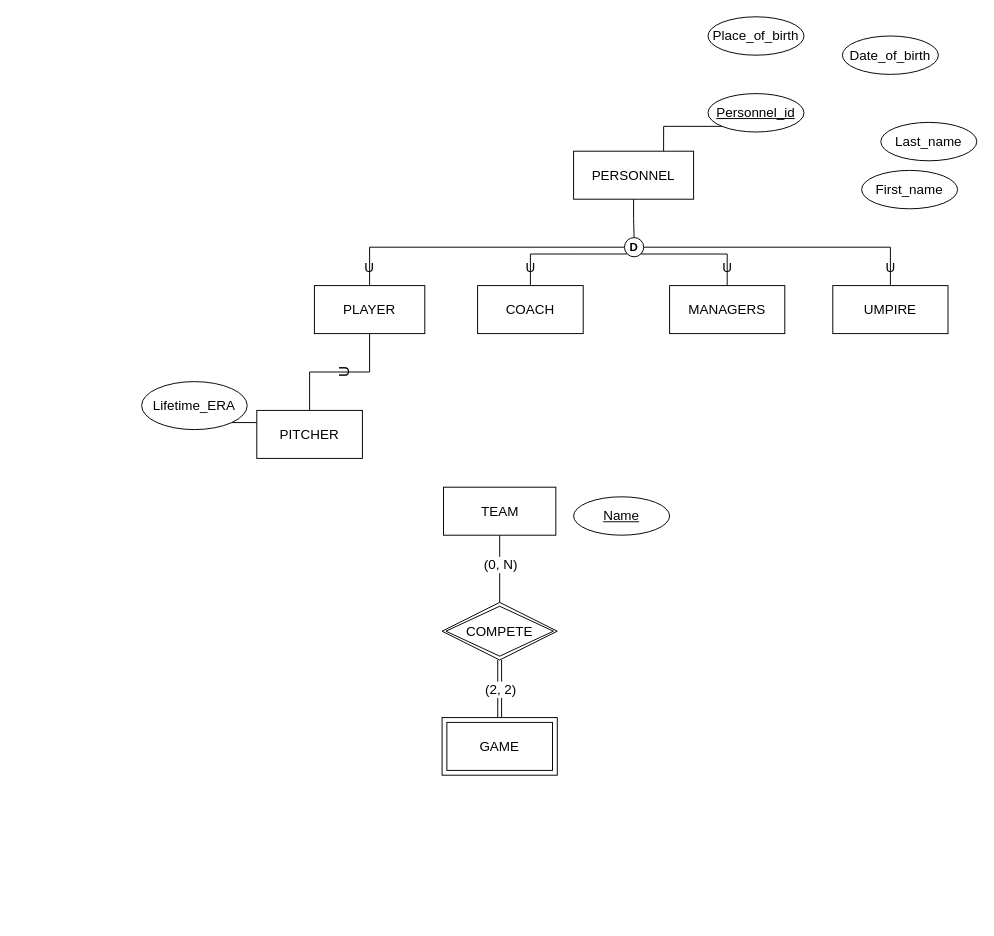
cloudyyoung/cpsc-471 keeps this draw.io diagram as page "4.30" (4 of 4) of Untitled Diagram.drawio. Above is the earlier version. Source tidied: cells renumbered, new cells numbered last; positions are measured from the earlier drawing's top-left corner, leaving out a move shared by most shapes. Both pictures are drawn from the tidied source at 96%, with x=0, y=0 at pixel (141, 16).
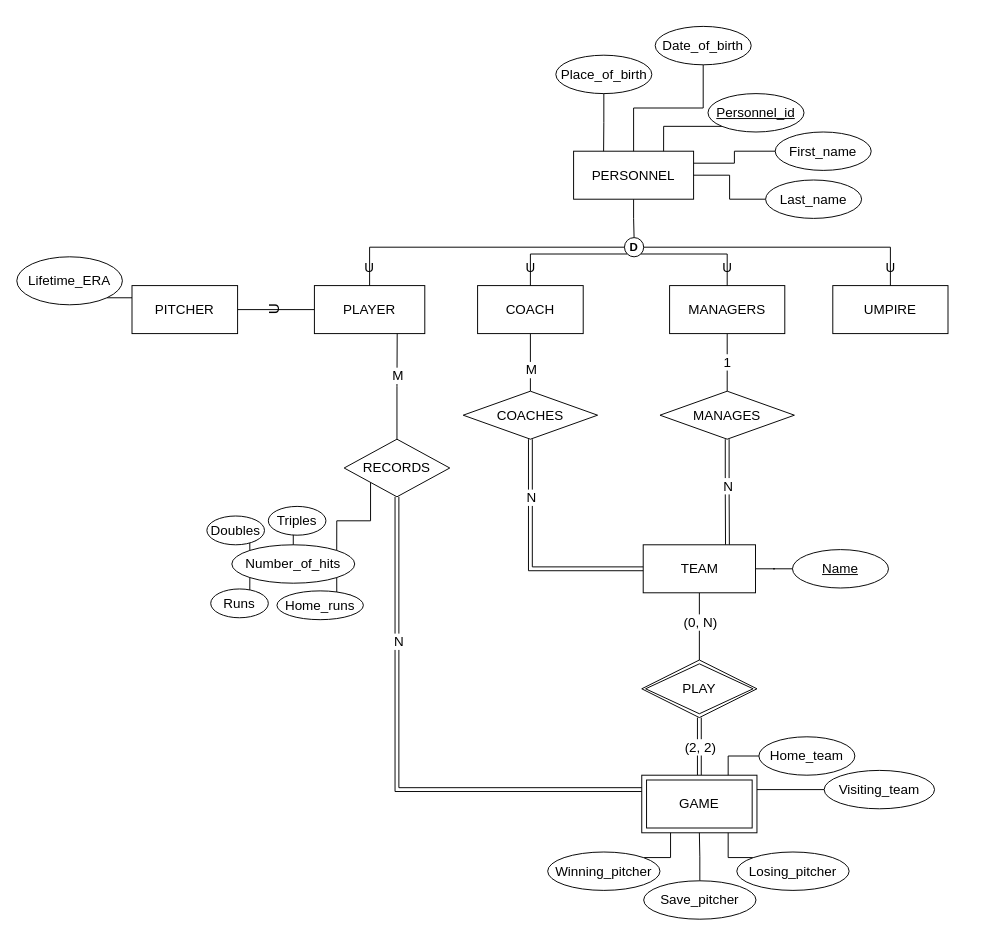
The same page after the edit.

The change refers to these unchanged cells:
```xml
<mxCell id="4" value="PLAYER" style="whiteSpace=wrap;html=1;align=center;labelBackgroundColor=none;fontSize=14;" parent="1" vertex="1">
  <mxGeometry x="180" y="280" width="115" height="50" as="geometry" />
</mxCell>
<mxCell id="5" value="COACH" style="whiteSpace=wrap;html=1;align=center;labelBackgroundColor=none;fontSize=14;" parent="1" vertex="1">
  <mxGeometry x="350" y="280" width="110" height="50" as="geometry" />
</mxCell>
<mxCell id="6" value="MANAGERS" style="whiteSpace=wrap;html=1;align=center;labelBackgroundColor=none;fontSize=14;" parent="1" vertex="1">
  <mxGeometry x="550" y="280" width="120" height="50" as="geometry" />
</mxCell>
```

Diff of the diagram source:
```diff
@@
-    <mxCell id="2" style="edgeStyle=orthogonalEdgeStyle;rounded=0;jettySize=auto;html=1;entryX=0.5;entryY=0;entryDx=0;entryDy=0;fontSize=16;endArrow=none;endFill=0;" parent="1" edge="1" source="4" target="28">
+    <mxCell id="2" style="edgeStyle=orthogonalEdgeStyle;rounded=0;jettySize=auto;html=1;entryX=1;entryY=0.5;entryDx=0;entryDy=0;fontSize=16;endArrow=none;endFill=0;" parent="1" edge="1" source="4" target="28">
       <mxGeometry relative="1" as="geometry" />
     </mxCell>
@@
+    <mxCell id="36" style="edgeStyle=orthogonalEdgeStyle;rounded=0;jettySize=auto;html=1;exitX=0.5;exitY=1;exitDx=0;exitDy=0;entryX=0.5;entryY=0;entryDx=0;entryDy=0;fontSize=14;endArrow=none;endFill=0;" parent="1" edge="1" source="5" target="74">
+      <mxGeometry relative="1" as="geometry" />
+    </mxCell>
+    <mxCell id="37" value="M" style="edgeLabel;html=1;align=center;verticalAlign=middle;fontSize=14;" parent="36" vertex="1">
+      <mxGeometry x="0.23" relative="1" as="geometry" />
+    </mxCell>
@@
+    <mxCell id="38" style="edgeStyle=orthogonalEdgeStyle;rounded=0;jettySize=auto;html=1;exitX=0.5;exitY=1;exitDx=0;exitDy=0;entryX=0.5;entryY=0;entryDx=0;entryDy=0;fontSize=14;endArrow=none;endFill=0;" parent="1" edge="1" source="6" target="42">
+      <mxGeometry relative="1" as="geometry" />
+    </mxCell>
+    <mxCell id="39" value="1" style="edgeLabel;html=1;align=center;verticalAlign=middle;fontSize=14;" parent="38" vertex="1">
+      <mxGeometry x="0.31" y="2" relative="1" as="geometry">
+        <mxPoint x="-3" y="-10" as="offset" />
+      </mxGeometry>
+    </mxCell>
@@
-    <mxCell id="9" value="PERSONNEL" style="whiteSpace=wrap;html=1;align=center;labelBackgroundColor=none;fontSize=14;" parent="1" vertex="1">
-      <mxGeometry x="450" y="140" width="125" height="50" as="geometry" />
-    </mxCell>
@@
-    <mxCell id="19" style="edgeStyle=orthogonalEdgeStyle;rounded=0;jettySize=auto;html=1;exitX=0;exitY=1;exitDx=0;exitDy=0;entryX=0.75;entryY=0;entryDx=0;entryDy=0;fontSize=14;endArrow=none;endFill=0;" parent="1" edge="1" source="20" target="9">
-      <mxGeometry relative="1" as="geometry" />
-    </mxCell>
-    <mxCell id="20" value="Personnel_id" style="ellipse;whiteSpace=wrap;html=1;align=center;fontStyle=4;labelBackgroundColor=none;fontSize=14;" parent="1" vertex="1">
-      <mxGeometry x="590" y="80" width="100" height="40" as="geometry" />
-    </mxCell>
-    <mxCell id="21" value="Place_of_birth" style="ellipse;whiteSpace=wrap;html=1;align=center;labelBackgroundColor=none;fontSize=14;" parent="1" vertex="1">
-      <mxGeometry x="590" width="100" height="40" as="geometry" />
-    </mxCell>
-    <mxCell id="22" value="Date_of_birth" style="ellipse;whiteSpace=wrap;html=1;align=center;labelBackgroundColor=none;fontSize=14;" parent="1" vertex="1">
-      <mxGeometry x="730" y="20" width="100" height="40" as="geometry" />
-    </mxCell>
-    <mxCell id="23" value="Last_name" style="ellipse;whiteSpace=wrap;html=1;align=center;labelBackgroundColor=none;fontSize=14;" parent="1" vertex="1">
-      <mxGeometry x="770" y="110" width="100" height="40" as="geometry" />
-    </mxCell>
-    <mxCell id="24" value="First_name" style="ellipse;whiteSpace=wrap;html=1;align=center;labelBackgroundColor=none;fontSize=14;" parent="1" vertex="1">
-      <mxGeometry x="750" y="160" width="100" height="40" as="geometry" />
-    </mxCell>
@@
-    <mxCell id="27" value="TEAM" style="whiteSpace=wrap;html=1;align=center;labelBackgroundColor=none;fontSize=14;" parent="1" vertex="1">
-      <mxGeometry x="314.5" y="490" width="117" height="50" as="geometry" />
-    </mxCell>
+    <mxCell id="32" style="edgeStyle=orthogonalEdgeStyle;rounded=0;jettySize=auto;html=1;fontSize=14;endArrow=none;endFill=0;shape=link;" parent="1" edge="1" source="34" target="35">
+      <mxGeometry relative="1" as="geometry" />
+    </mxCell>
+    <mxCell id="33" value="(2, 2)" style="edgeLabel;html=1;align=center;verticalAlign=middle;fontSize=14;" parent="32" vertex="1">
+      <mxGeometry x="0.76" y="1" relative="1" as="geometry">
+        <mxPoint x="1" y="23" as="offset" />
+      </mxGeometry>
+    </mxCell>
+    <mxCell id="35" value="PLAY" style="shape=rhombus;double=1;perimeter=rhombusPerimeter;whiteSpace=wrap;html=1;align=center;labelBackgroundColor=none;fontSize=14;" parent="1" vertex="1">
+      <mxGeometry x="521" y="670" width="120" height="60" as="geometry" />
+    </mxCell>
+    <mxCell id="40" style="edgeStyle=orthogonalEdgeStyle;rounded=0;jettySize=auto;html=1;exitX=0.5;exitY=1;exitDx=0;exitDy=0;entryX=0.75;entryY=0;entryDx=0;entryDy=0;fontSize=14;endArrow=none;endFill=0;shape=link;" parent="1" edge="1" source="42" target="27">
+      <mxGeometry relative="1" as="geometry" />
+    </mxCell>
+    <mxCell id="41" value="N" style="edgeLabel;html=1;align=center;verticalAlign=middle;fontSize=14;" parent="40" vertex="1">
+      <mxGeometry x="-0.16" y="-3" relative="1" as="geometry">
+        <mxPoint x="3" y="2" as="offset" />
+      </mxGeometry>
+    </mxCell>
+    <mxCell id="42" value="MANAGES" style="shape=rhombus;perimeter=rhombusPerimeter;whiteSpace=wrap;html=1;align=center;labelBackgroundColor=none;fontSize=14;" parent="1" vertex="1">
+      <mxGeometry x="540" y="390" width="140" height="50" as="geometry" />
+    </mxCell>
+    <mxCell id="43" style="group;" parent="1" vertex="1">
+      <mxGeometry x="-130" y="250" width="230" height="80" as="geometry" />
+    </mxCell>
-    <mxCell id="28" value="PITCHER" style="whiteSpace=wrap;html=1;align=center;labelBackgroundColor=none;fontSize=14;" parent="1" vertex="1">
-      <mxGeometry x="120" y="410" width="110" height="50" as="geometry" />
+    <mxCell id="28" value="PITCHER" style="whiteSpace=wrap;html=1;align=center;labelBackgroundColor=none;fontSize=14;" parent="43" vertex="1">
+      <mxGeometry x="120" y="30" width="110" height="50" as="geometry" />
     </mxCell>
-    <mxCell id="29" style="edgeStyle=orthogonalEdgeStyle;rounded=0;jettySize=auto;html=1;exitX=1;exitY=1;exitDx=0;exitDy=0;entryX=0;entryY=0.25;entryDx=0;entryDy=0;fontSize=16;endArrow=none;endFill=0;" parent="1" edge="1" source="30" target="28">
+    <mxCell id="29" style="edgeStyle=orthogonalEdgeStyle;rounded=0;jettySize=auto;html=1;exitX=1;exitY=1;exitDx=0;exitDy=0;entryX=0;entryY=0.25;entryDx=0;entryDy=0;fontSize=16;endArrow=none;endFill=0;" parent="43" edge="1" source="30" target="28">
       <mxGeometry relative="1" as="geometry" />
     </mxCell>
-    <mxCell id="30" value="Lifetime_ERA" style="ellipse;whiteSpace=wrap;html=1;align=center;labelBackgroundColor=none;fontSize=14;" parent="1" vertex="1">
-      <mxGeometry y="380" width="110" height="50" as="geometry" />
+    <mxCell id="30" value="Lifetime_ERA" style="ellipse;whiteSpace=wrap;html=1;align=center;labelBackgroundColor=none;fontSize=14;" parent="43" vertex="1">
+      <mxGeometry width="110" height="50" as="geometry" />
     </mxCell>
+    <mxCell id="44" style="group;" parent="1" vertex="1">
+      <mxGeometry x="522.5" y="550" width="255.5" height="50" as="geometry" />
+    </mxCell>
+    <mxCell id="27" value="TEAM" style="whiteSpace=wrap;html=1;align=center;labelBackgroundColor=none;fontSize=14;" parent="44" vertex="1">
+      <mxGeometry width="117" height="50" as="geometry" />
+    </mxCell>
+    <mxCell id="45" style="edgeStyle=orthogonalEdgeStyle;rounded=0;jettySize=auto;html=1;fontSize=14;endArrow=none;endFill=0;" parent="44" edge="1" source="31" target="27">
+      <mxGeometry relative="1" as="geometry" />
+    </mxCell>
-    <mxCell id="31" value="Name" style="ellipse;whiteSpace=wrap;html=1;align=center;fontStyle=4;labelBackgroundColor=none;fontSize=14;" parent="1" vertex="1">
-      <mxGeometry x="450" y="500" width="100" height="40" as="geometry" />
+    <mxCell id="31" value="Name" style="ellipse;whiteSpace=wrap;html=1;align=center;fontStyle=4;labelBackgroundColor=none;fontSize=14;" parent="44" vertex="1">
+      <mxGeometry x="155.5" y="5" width="100" height="40" as="geometry" />
     </mxCell>
-    <mxCell id="32" style="edgeStyle=orthogonalEdgeStyle;rounded=0;jettySize=auto;html=1;fontSize=14;endArrow=none;endFill=0;shape=link;" parent="1" edge="1" source="34" target="35">
-      <mxGeometry relative="1" as="geometry" />
-    </mxCell>
-    <mxCell id="33" value="(2, 2)" style="edgeLabel;html=1;align=center;verticalAlign=middle;fontSize=14;" parent="32" vertex="1">
-      <mxGeometry x="0.76" y="1" relative="1" as="geometry">
-        <mxPoint x="1" y="23" as="offset" />
-      </mxGeometry>
-    </mxCell>
+    <mxCell id="46" style="group;" parent="1" vertex="1">
+      <mxGeometry x="521" y="750" width="305" height="100" as="geometry" />
+    </mxCell>
-    <mxCell id="34" value="GAME" style="shape=ext;margin=3;double=1;whiteSpace=wrap;html=1;align=center;labelBackgroundColor=none;fontSize=14;" parent="1" vertex="1">
-      <mxGeometry x="313" y="730" width="120" height="60" as="geometry" />
+    <mxCell id="34" value="GAME" style="shape=ext;margin=3;double=1;whiteSpace=wrap;html=1;align=center;labelBackgroundColor=none;fontSize=14;" parent="46" vertex="1">
+      <mxGeometry y="40" width="120" height="60" as="geometry" />
     </mxCell>
-    <mxCell id="35" value="COMPETE" style="shape=rhombus;double=1;perimeter=rhombusPerimeter;whiteSpace=wrap;html=1;align=center;labelBackgroundColor=none;fontSize=14;" parent="1" vertex="1">
-      <mxGeometry x="313" y="610" width="120" height="60" as="geometry" />
-    </mxCell>
+    <mxCell id="47" style="edgeStyle=orthogonalEdgeStyle;rounded=0;jettySize=auto;html=1;entryX=0.75;entryY=0;entryDx=0;entryDy=0;fontSize=14;endArrow=none;endFill=0;" parent="46" edge="1" source="48" target="34">
+      <mxGeometry relative="1" as="geometry" />
+    </mxCell>
+    <mxCell id="48" value="Home_team" style="ellipse;whiteSpace=wrap;html=1;align=center;labelBackgroundColor=none;fontSize=14;" parent="46" vertex="1">
+      <mxGeometry x="122" width="100" height="40" as="geometry" />
+    </mxCell>
+    <mxCell id="49" style="edgeStyle=orthogonalEdgeStyle;rounded=0;jettySize=auto;html=1;entryX=1;entryY=0.25;entryDx=0;entryDy=0;fontSize=14;endArrow=none;endFill=0;" parent="46" edge="1" source="50" target="34">
+      <mxGeometry relative="1" as="geometry" />
+    </mxCell>
+    <mxCell id="50" value="Visiting_team" style="ellipse;whiteSpace=wrap;html=1;align=center;labelBackgroundColor=none;fontSize=14;" parent="46" vertex="1">
+      <mxGeometry x="190" y="35" width="115" height="40" as="geometry" />
+    </mxCell>
+    <mxCell id="51" style="group;" parent="1" vertex="1">
+      <mxGeometry x="431.5" y="10" width="328.5" height="200" as="geometry" />
+    </mxCell>
+    <mxCell id="9" value="PERSONNEL" style="whiteSpace=wrap;html=1;align=center;labelBackgroundColor=none;fontSize=14;" parent="51" vertex="1">
+      <mxGeometry x="18.5" y="130" width="125" height="50" as="geometry" />
+    </mxCell>
+    <mxCell id="19" style="edgeStyle=orthogonalEdgeStyle;rounded=0;jettySize=auto;html=1;exitX=0;exitY=1;exitDx=0;exitDy=0;entryX=0.75;entryY=0;entryDx=0;entryDy=0;fontSize=14;endArrow=none;endFill=0;" parent="51" edge="1" source="20" target="9">
+      <mxGeometry relative="1" as="geometry" />
+    </mxCell>
+    <mxCell id="20" value="Personnel_id" style="ellipse;whiteSpace=wrap;html=1;align=center;fontStyle=4;labelBackgroundColor=none;fontSize=14;" parent="51" vertex="1">
+      <mxGeometry x="158.5" y="70" width="100" height="40" as="geometry" />
+    </mxCell>
+    <mxCell id="52" style="edgeStyle=orthogonalEdgeStyle;rounded=0;jettySize=auto;html=1;entryX=0.25;entryY=0;entryDx=0;entryDy=0;fontSize=14;endArrow=none;endFill=0;" parent="51" edge="1" source="21" target="9">
+      <mxGeometry relative="1" as="geometry" />
+    </mxCell>
+    <mxCell id="21" value="Place_of_birth" style="ellipse;whiteSpace=wrap;html=1;align=center;labelBackgroundColor=none;fontSize=14;" parent="51" vertex="1">
+      <mxGeometry y="30" width="100" height="40" as="geometry" />
+    </mxCell>
+    <mxCell id="53" style="edgeStyle=orthogonalEdgeStyle;rounded=0;jettySize=auto;html=1;entryX=0.5;entryY=0;entryDx=0;entryDy=0;fontSize=14;endArrow=none;endFill=0;" parent="51" edge="1" source="22" target="9">
+      <mxGeometry relative="1" as="geometry" />
+    </mxCell>
+    <mxCell id="22" value="Date_of_birth" style="ellipse;whiteSpace=wrap;html=1;align=center;labelBackgroundColor=none;fontSize=14;" parent="51" vertex="1">
+      <mxGeometry x="103.5" width="100" height="40" as="geometry" />
+    </mxCell>
+    <mxCell id="54" style="edgeStyle=orthogonalEdgeStyle;rounded=0;jettySize=auto;html=1;entryX=1;entryY=0.5;entryDx=0;entryDy=0;fontSize=14;endArrow=none;endFill=0;" parent="51" edge="1" source="23" target="9">
+      <mxGeometry relative="1" as="geometry" />
+    </mxCell>
+    <mxCell id="23" value="Last_name" style="ellipse;whiteSpace=wrap;html=1;align=center;labelBackgroundColor=none;fontSize=14;" parent="51" vertex="1">
+      <mxGeometry x="218.5" y="160" width="100" height="40" as="geometry" />
+    </mxCell>
+    <mxCell id="55" style="edgeStyle=orthogonalEdgeStyle;rounded=0;jettySize=auto;html=1;entryX=1;entryY=0.25;entryDx=0;entryDy=0;fontSize=14;endArrow=none;endFill=0;" parent="51" edge="1" source="24" target="9">
+      <mxGeometry relative="1" as="geometry" />
+    </mxCell>
+    <mxCell id="24" value="First_name" style="ellipse;whiteSpace=wrap;html=1;align=center;labelBackgroundColor=none;fontSize=14;" parent="51" vertex="1">
+      <mxGeometry x="228.5" y="110" width="100" height="40" as="geometry" />
+    </mxCell>
+    <mxCell id="56" style="edgeStyle=orthogonalEdgeStyle;rounded=0;jettySize=auto;html=1;entryX=0.75;entryY=1;entryDx=0;entryDy=0;fontSize=14;endArrow=none;endFill=0;" parent="1" edge="1" source="71" target="4">
+      <mxGeometry relative="1" as="geometry" />
+    </mxCell>
+    <mxCell id="57" value="M" style="edgeLabel;html=1;align=center;verticalAlign=middle;fontSize=14;" parent="56" vertex="1">
+      <mxGeometry x="0.22" relative="1" as="geometry" />
+    </mxCell>
+    <mxCell id="58" style="edgeStyle=orthogonalEdgeStyle;rounded=0;jettySize=auto;html=1;exitX=1;exitY=0;exitDx=0;exitDy=0;entryX=0;entryY=1;entryDx=0;entryDy=0;fontSize=14;endArrow=none;endFill=0;" parent="1" edge="1" source="60" target="71">
+      <mxGeometry relative="1" as="geometry" />
+    </mxCell>
+    <mxCell id="59" style="group;" parent="1" vertex="1">
+      <mxGeometry x="68" y="510" width="163" height="118" as="geometry" />
+    </mxCell>
+    <mxCell id="60" value="Number_of_hits" style="ellipse;whiteSpace=wrap;html=1;align=center;labelBackgroundColor=none;fontSize=14;" parent="59" vertex="1">
+      <mxGeometry x="26" y="40" width="128" height="40" as="geometry" />
+    </mxCell>
+    <mxCell id="61" style="edgeStyle=orthogonalEdgeStyle;rounded=0;jettySize=auto;html=1;exitX=1;exitY=1;exitDx=0;exitDy=0;entryX=0;entryY=0;entryDx=0;entryDy=0;fontSize=14;endArrow=none;endFill=0;" parent="59" edge="1" source="62" target="60">
+      <mxGeometry relative="1" as="geometry" />
+    </mxCell>
+    <mxCell id="62" value="Doubles" style="ellipse;whiteSpace=wrap;html=1;align=center;labelBackgroundColor=none;fontSize=14;" parent="59" vertex="1">
+      <mxGeometry y="10" width="60" height="30" as="geometry" />
+    </mxCell>
+    <mxCell id="63" style="edgeStyle=orthogonalEdgeStyle;rounded=0;jettySize=auto;html=1;exitX=0;exitY=1;exitDx=0;exitDy=0;entryX=0.5;entryY=0;entryDx=0;entryDy=0;fontSize=14;endArrow=none;endFill=0;" parent="59" edge="1" source="64" target="60">
+      <mxGeometry relative="1" as="geometry" />
+    </mxCell>
+    <mxCell id="64" value="Triples" style="ellipse;whiteSpace=wrap;html=1;align=center;labelBackgroundColor=none;fontSize=14;" parent="59" vertex="1">
+      <mxGeometry x="64" width="60" height="30" as="geometry" />
+    </mxCell>
+    <mxCell id="65" style="edgeStyle=orthogonalEdgeStyle;rounded=0;jettySize=auto;html=1;exitX=1;exitY=0;exitDx=0;exitDy=0;entryX=1;entryY=1;entryDx=0;entryDy=0;fontSize=14;endArrow=none;endFill=0;" parent="59" edge="1" source="66" target="60">
+      <mxGeometry relative="1" as="geometry" />
+    </mxCell>
+    <mxCell id="66" value="Home_runs" style="ellipse;whiteSpace=wrap;html=1;align=center;labelBackgroundColor=none;fontSize=14;" parent="59" vertex="1">
+      <mxGeometry x="73" y="88" width="90" height="30" as="geometry" />
+    </mxCell>
+    <mxCell id="67" style="edgeStyle=orthogonalEdgeStyle;rounded=0;jettySize=auto;html=1;exitX=1;exitY=0;exitDx=0;exitDy=0;entryX=0;entryY=1;entryDx=0;entryDy=0;fontSize=14;endArrow=none;endFill=0;" parent="59" edge="1" source="68" target="60">
+      <mxGeometry relative="1" as="geometry" />
+    </mxCell>
+    <mxCell id="68" value="Runs" style="ellipse;whiteSpace=wrap;html=1;align=center;labelBackgroundColor=none;fontSize=14;" parent="59" vertex="1">
+      <mxGeometry x="4" y="86" width="60" height="30" as="geometry" />
+    </mxCell>
+    <mxCell id="69" style="edgeStyle=orthogonalEdgeStyle;rounded=0;jettySize=auto;html=1;exitX=0.5;exitY=1;exitDx=0;exitDy=0;entryX=0;entryY=0.25;entryDx=0;entryDy=0;fontSize=14;endArrow=none;endFill=0;shape=link;" parent="1" edge="1" source="71" target="34">
+      <mxGeometry relative="1" as="geometry" />
+    </mxCell>
+    <mxCell id="70" value="N" style="edgeLabel;html=1;align=center;verticalAlign=middle;fontSize=14;" parent="69" vertex="1">
+      <mxGeometry x="0.3" y="2" relative="1" as="geometry">
+        <mxPoint x="-58" y="-153" as="offset" />
+      </mxGeometry>
+    </mxCell>
+    <mxCell id="71" value="RECORDS" style="rhombus;whiteSpace=wrap;html=1;fontSize=14;" parent="1" vertex="1">
+      <mxGeometry x="211" y="440" width="110" height="60" as="geometry" />
+    </mxCell>
+    <mxCell id="72" style="edgeStyle=orthogonalEdgeStyle;rounded=0;jettySize=auto;html=1;exitX=0.5;exitY=1;exitDx=0;exitDy=0;entryX=0;entryY=0.5;entryDx=0;entryDy=0;fontSize=14;endArrow=none;endFill=0;shape=link;" parent="1" edge="1" source="74" target="27">
+      <mxGeometry relative="1" as="geometry" />
+    </mxCell>
+    <mxCell id="73" value="N" style="edgeLabel;html=1;align=center;verticalAlign=middle;fontSize=14;" parent="72" vertex="1">
+      <mxGeometry x="-0.45" y="-2" relative="1" as="geometry">
+        <mxPoint x="2" y="-9" as="offset" />
+      </mxGeometry>
+    </mxCell>
+    <mxCell id="74" value="COACHES" style="shape=rhombus;perimeter=rhombusPerimeter;whiteSpace=wrap;html=1;align=center;labelBackgroundColor=none;fontSize=14;" parent="1" vertex="1">
+      <mxGeometry x="335" y="390" width="140" height="50" as="geometry" />
+    </mxCell>
+    <mxCell id="75" style="edgeStyle=orthogonalEdgeStyle;rounded=0;jettySize=auto;html=1;exitX=1;exitY=0;exitDx=0;exitDy=0;entryX=0.25;entryY=1;entryDx=0;entryDy=0;fontSize=14;endArrow=none;endFill=0;" parent="1" edge="1" source="76" target="34">
+      <mxGeometry relative="1" as="geometry" />
+    </mxCell>
+    <mxCell id="76" value="Winning_pitcher" style="ellipse;whiteSpace=wrap;html=1;align=center;labelBackgroundColor=none;fontSize=14;" parent="1" vertex="1">
+      <mxGeometry x="423" y="870" width="117" height="40" as="geometry" />
+    </mxCell>
+    <mxCell id="77" style="edgeStyle=orthogonalEdgeStyle;rounded=0;jettySize=auto;html=1;exitX=0;exitY=0;exitDx=0;exitDy=0;entryX=0.75;entryY=1;entryDx=0;entryDy=0;fontSize=14;endArrow=none;endFill=0;" parent="1" edge="1" source="78" target="34">
+      <mxGeometry relative="1" as="geometry" />
+    </mxCell>
+    <mxCell id="78" value="Losing_pitcher" style="ellipse;whiteSpace=wrap;html=1;align=center;labelBackgroundColor=none;fontSize=14;" parent="1" vertex="1">
+      <mxGeometry x="620" y="870" width="117" height="40" as="geometry" />
+    </mxCell>
+    <mxCell id="79" style="edgeStyle=orthogonalEdgeStyle;rounded=0;jettySize=auto;html=1;exitX=0.5;exitY=0;exitDx=0;exitDy=0;entryX=0.5;entryY=1;entryDx=0;entryDy=0;fontSize=14;endArrow=none;endFill=0;" parent="1" edge="1" source="80" target="34">
+      <mxGeometry relative="1" as="geometry" />
+    </mxCell>
+    <mxCell id="80" value="Save_pitcher" style="ellipse;whiteSpace=wrap;html=1;align=center;labelBackgroundColor=none;fontSize=14;" parent="1" vertex="1">
+      <mxGeometry x="523" y="900" width="117" height="40" as="geometry" />
+    </mxCell>
```
